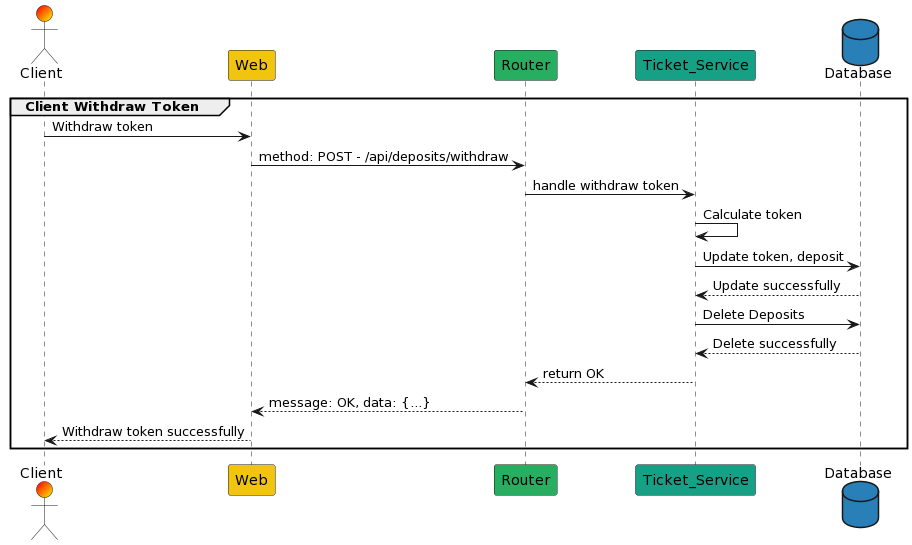
Above: images/flow-withdraw-token.png in nddmanh/raffle-api (PlantUML), before the change.
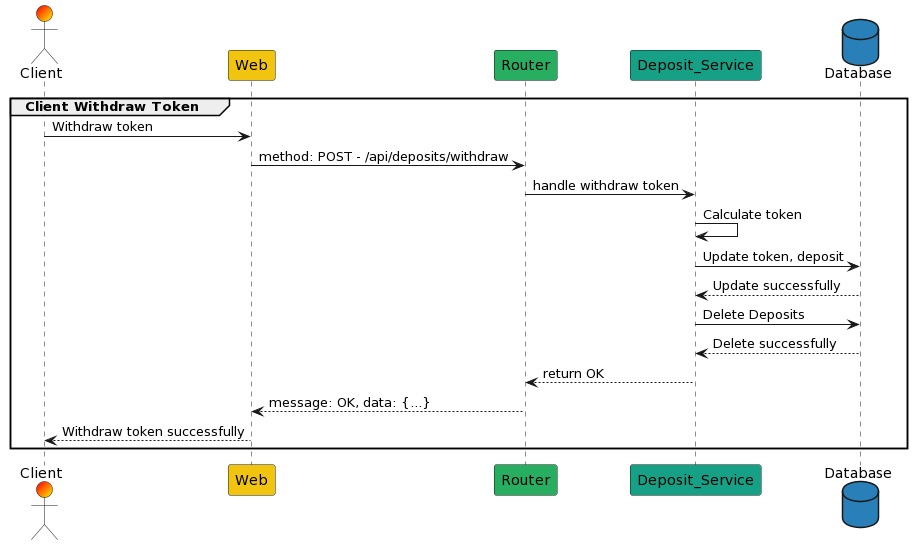
Above is the later version.

The edit, as a diff of the source:
```diff
@@ -1,9 +1,9 @@
 @startuml
-actor        Client         as C  #FF0000/FFFF00
-participant  Web            as W  #f1c40f
-participant  Router         as R  #27ae60
-participant  Ticket_Service as S  #16a085
-database     Database       as DB #2980b9
+actor        Client          as C  #FF0000/FFFF00
+participant  Web             as W  #f1c40f
+participant  Router          as R  #27ae60
+participant  Deposit_Service as S  #16a085
+database     Database        as DB #2980b9
 
 group Client Withdraw Token
 C   ->  W    :  Withdraw token
```
